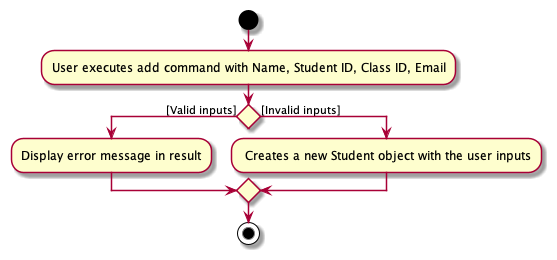
nus-cs2103-AY2122S1/tp keeps this PlantUML diagram as docs/images/commands/AddCommand/AddCommandActivityDiagram.png. Above is the earlier version. Its source is kept beside it as docs/diagrams/commands/AddCommandActivityDiagram.puml.
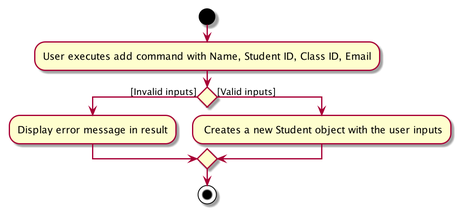
After the commit.

Commit message:
fix add uml diagram

The edit, as a diff of the source:
```diff
@@ -2,9 +2,9 @@
 
 start
 :User executes add command with Name, Student ID, Class ID, Email;
-if () then ([Valid inputs])
+if () then ([Invalid inputs])
   :Display error message in result;
-else ([Invalid inputs])
+else ([Valid inputs])
     : Creates a new Student object with the user inputs;
 endif
 
```
